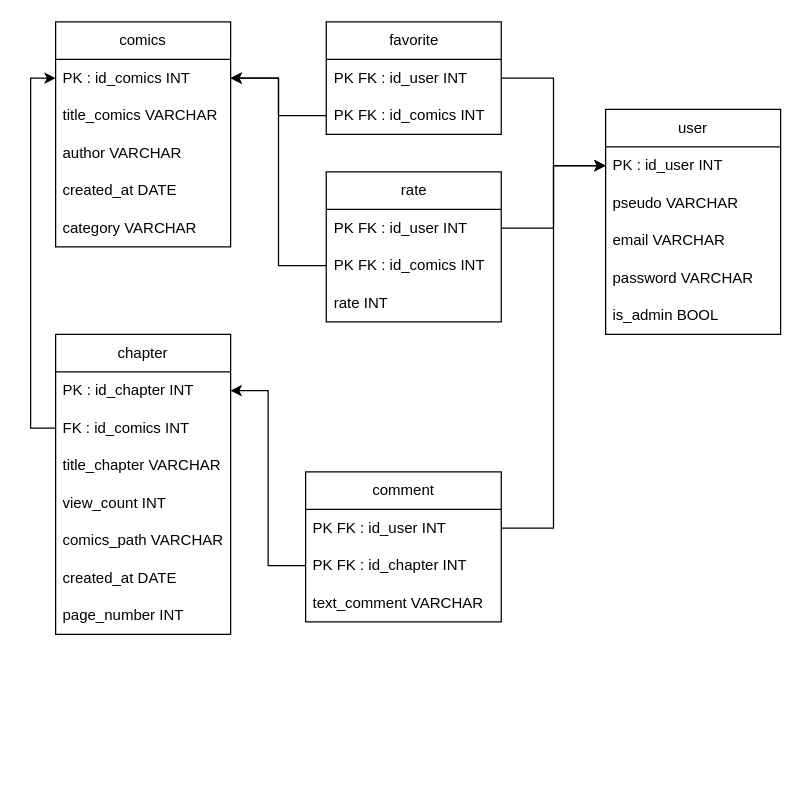
Earlier version of the draw.io diagram Documentation/Conception_BDD/MLD_saruscan.drawio (MassinissaGhoul/SaruScan). Source tidied: cells renumbered, new cells numbered last; positions are measured from the earlier drawing's top-left corner, leaving out a move shared by most shapes. Both pictures are drawn from the tidied source at 125%, with x=0, y=0 at pixel (55, 21).
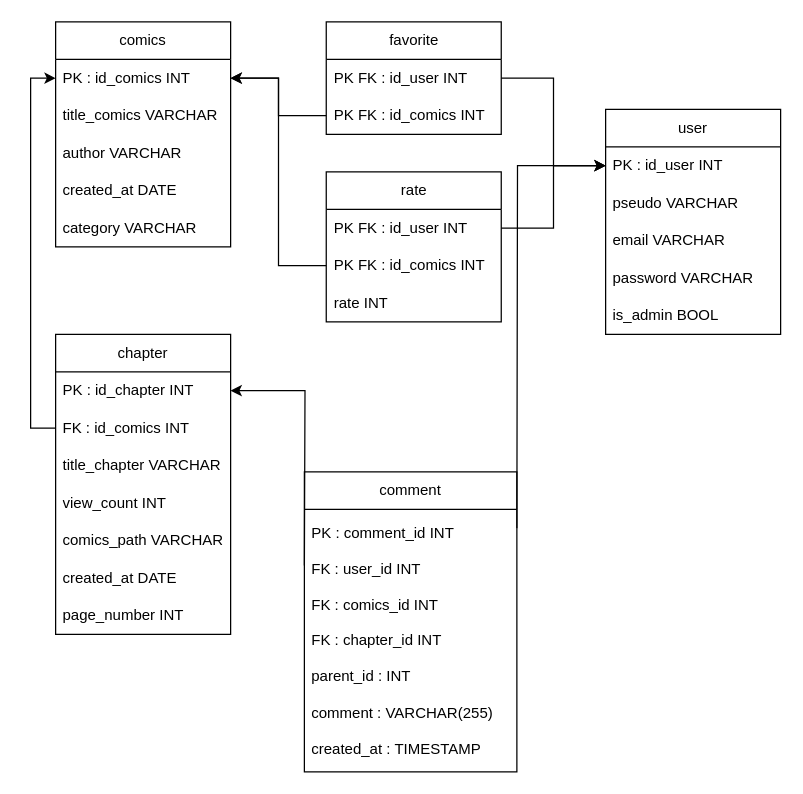
After the change.

Commit message (it also covers changes not shown here):
MLD png et drawio à jour

The change refers to these unchanged cells:
```xml
<mxCell id="9" value="PK : id_chapter INT" style="text;strokeColor=none;fillColor=none;align=left;verticalAlign=middle;spacingLeft=4;spacingRight=4;overflow=hidden;points=[[0,0.5],[1,0.5]];portConstraint=eastwest;whiteSpace=wrap;html=1;" parent="8" vertex="1">
  <mxGeometry y="30" width="140" height="30" as="geometry" />
</mxCell>
<mxCell id="18" value="PK : id_user INT" style="text;strokeColor=none;fillColor=none;align=left;verticalAlign=middle;spacingLeft=4;spacingRight=4;overflow=hidden;points=[[0,0.5],[1,0.5]];portConstraint=eastwest;whiteSpace=wrap;html=1;" parent="17" vertex="1">
  <mxGeometry y="30" width="140" height="30" as="geometry" />
</mxCell>
```

What changed in the source:
```diff
@@
     <mxCell id="23" value="comment" style="swimlane;fontStyle=0;horizontal=1;startSize=30;whiteSpace=wrap;html=1;" parent="1" vertex="1">
-      <mxGeometry x="200" y="360" width="156.5" height="120" as="geometry" />
+      <mxGeometry x="199" y="360" width="170" height="240" as="geometry" />
     </mxCell>
-    <mxCell id="24" value="PK FK : id_user INT" style="text;strokeColor=none;fillColor=none;align=left;verticalAlign=middle;spacingLeft=4;spacingRight=4;overflow=hidden;points=[[0,0.5],[1,0.5]];portConstraint=eastwest;whiteSpace=wrap;html=1;" parent="23" vertex="1">
-      <mxGeometry y="30" width="156.5" height="30" as="geometry" />
-    </mxCell>
-    <mxCell id="25" value="PK FK : id_chapter INT" style="text;strokeColor=none;fillColor=none;align=left;verticalAlign=middle;spacingLeft=4;spacingRight=4;overflow=hidden;points=[[0,0.5],[1,0.5]];portConstraint=eastwest;whiteSpace=wrap;html=1;" parent="23" vertex="1">
-      <mxGeometry y="60" width="156.5" height="30" as="geometry" />
-    </mxCell>
-    <mxCell id="26" value="text_comment VARCHAR" style="text;strokeColor=none;fillColor=none;align=left;verticalAlign=middle;spacingLeft=4;spacingRight=4;overflow=hidden;whiteSpace=wrap;html=1;" parent="23" vertex="1">
-      <mxGeometry y="90" width="156.5" height="30" as="geometry" />
+    <mxCell id="26" value="PK : comment_id &lt;span class=&quot;hljs-type&quot;&gt;INT&lt;/span&gt;&lt;div&gt;&lt;br&gt;FK : user_id &lt;span class=&quot;hljs-type&quot;&gt;INT&lt;/span&gt;&lt;/div&gt;&lt;div&gt;&lt;br&gt;FK : comics_id &lt;span class=&quot;hljs-type&quot;&gt;INT&lt;/span&gt;&lt;/div&gt;&lt;div&gt;&lt;br&gt;FK : chapter_id &lt;span class=&quot;hljs-type&quot;&gt;INT&lt;/span&gt;&lt;/div&gt;&lt;div&gt;&lt;br&gt;parent_id : &lt;span class=&quot;hljs-type&quot;&gt;INT&lt;/span&gt;&lt;/div&gt;&lt;div&gt;&lt;br&gt;comment : &lt;span class=&quot;hljs-type&quot;&gt;VARCHAR&lt;/span&gt;(&lt;span class=&quot;hljs-number&quot;&gt;255&lt;/span&gt;)&lt;br&gt;&lt;br&gt;&lt;/div&gt;&lt;div&gt;created_at : &lt;span class=&quot;hljs-type&quot;&gt;TIMESTAMP&lt;/span&gt;&lt;div&gt;&lt;/div&gt;&lt;/div&gt;" style="text;strokeColor=none;fillColor=none;align=left;verticalAlign=middle;spacingLeft=4;spacingRight=4;overflow=hidden;whiteSpace=wrap;html=1;" parent="23" vertex="1">
+      <mxGeometry y="30" width="170" height="210" as="geometry" />
     </mxCell>
-    <mxCell id="27" style="edgeStyle=orthogonalEdgeStyle;rounded=0;jettySize=auto;html=1;exitX=0;exitY=0.5;exitDx=0;exitDy=0;entryX=1;entryY=0.5;entryDx=0;entryDy=0;" parent="1" edge="1" source="25" target="9">
-      <mxGeometry relative="1" as="geometry" />
+    <mxCell id="27" style="edgeStyle=orthogonalEdgeStyle;rounded=0;jettySize=auto;html=1;exitX=0;exitY=0.5;exitDx=0;exitDy=0;entryX=1;entryY=0.5;entryDx=0;entryDy=0;" parent="1" edge="1" target="9">
+      <mxGeometry relative="1" as="geometry">
+        <mxPoint x="199" y="435" as="sourcePoint" />
+      </mxGeometry>
     </mxCell>
-    <mxCell id="28" style="edgeStyle=orthogonalEdgeStyle;rounded=0;jettySize=auto;html=1;exitX=1;exitY=0.5;exitDx=0;exitDy=0;entryX=0;entryY=0.5;entryDx=0;entryDy=0;" parent="1" edge="1" source="24" target="18">
-      <mxGeometry relative="1" as="geometry" />
+    <mxCell id="28" style="edgeStyle=orthogonalEdgeStyle;rounded=0;jettySize=auto;html=1;exitX=1;exitY=0.5;exitDx=0;exitDy=0;entryX=0;entryY=0.5;entryDx=0;entryDy=0;" parent="1" edge="1" target="18">
+      <mxGeometry relative="1" as="geometry">
+        <mxPoint x="369" y="405" as="sourcePoint" />
+      </mxGeometry>
     </mxCell>
```
